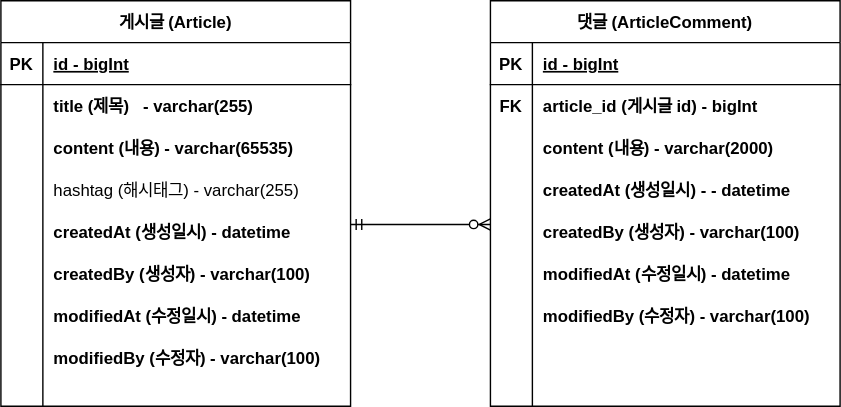
Above: document/project-board-erd.svg in junbok1104/FastCampus_BoradService (draw.io), before the change. Source tidied: cells renumbered, new cells last; positions are measured from the earlier drawing's top-left corner, leaving out a move shared by most shapes.
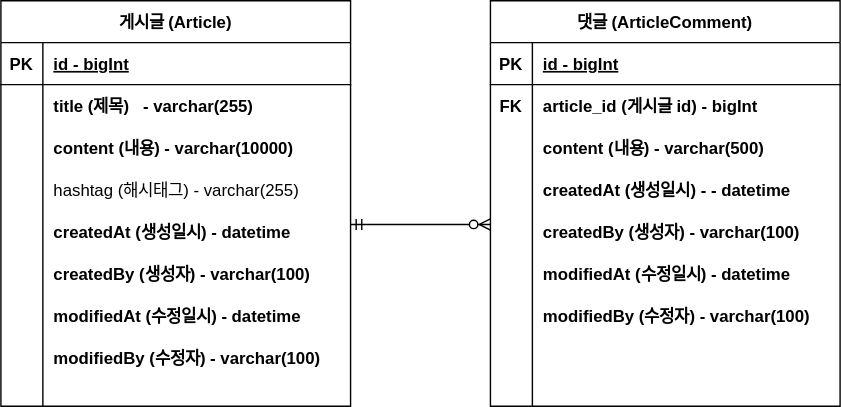
After the commit.

Commit message:
#9 - erd 업데이트: content 사이즈 변경

The edit, as a diff of the source:
```diff
@@ -26,7 +26,7 @@
     <mxCell id="9" value="title (제목)   - varchar(255)" style="shape=partialRectangle;overflow=hidden;fillColor=none;top=0;left=0;bottom=0;right=0;align=left;spacingLeft=6;fontStyle=1;" parent="1" vertex="1">
       <mxGeometry x="30" y="60" width="220" height="30" as="geometry" />
     </mxCell>
-    <mxCell id="10" value="content (내용) - varchar(65535)" style="shape=partialRectangle;overflow=hidden;fillColor=none;top=0;left=0;bottom=0;right=0;align=left;spacingLeft=6;fontStyle=1;" parent="1" vertex="1">
+    <mxCell id="10" value="content (내용) - varchar(10000)" style="shape=partialRectangle;overflow=hidden;fillColor=none;top=0;left=0;bottom=0;right=0;align=left;spacingLeft=6;fontStyle=1;" parent="1" vertex="1">
       <mxGeometry x="30" y="90" width="220" height="30" as="geometry" />
     </mxCell>
     <mxCell id="11" value="hashtag (해시태그) - varchar(255)" style="shape=partialRectangle;overflow=hidden;fillColor=none;top=0;left=0;bottom=0;right=0;align=left;spacingLeft=6;" parent="1" vertex="1">
@@ -68,7 +68,7 @@
     <mxCell id="23" value="article_id (게시글 id) - bigInt  " style="shape=partialRectangle;overflow=hidden;fillColor=none;top=0;left=0;bottom=0;right=0;align=left;spacingLeft=6;fontStyle=1;" parent="1" vertex="1">
       <mxGeometry x="380" y="60" width="220" height="30" as="geometry" />
     </mxCell>
-    <mxCell id="24" value="content (내용) - varchar(2000)" style="shape=partialRectangle;overflow=hidden;fillColor=none;top=0;left=0;bottom=0;right=0;align=left;spacingLeft=6;fontStyle=1;" parent="1" vertex="1">
+    <mxCell id="24" value="content (내용) - varchar(500)" style="shape=partialRectangle;overflow=hidden;fillColor=none;top=0;left=0;bottom=0;right=0;align=left;spacingLeft=6;fontStyle=1;" parent="1" vertex="1">
       <mxGeometry x="380" y="90" width="220" height="30" as="geometry" />
     </mxCell>
     <mxCell id="25" value="createdAt (생성일시) - - datetime" style="shape=partialRectangle;overflow=hidden;fillColor=none;top=0;left=0;bottom=0;right=0;align=left;spacingLeft=6;fontStyle=1;" parent="1" vertex="1">
```
